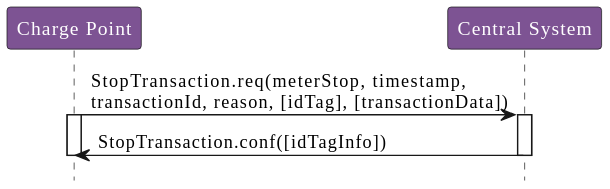
This is OCPP_1.6/images/figure_21.svg from phoi5675/ocpp-markdown, a PlantUML export, as it was before one commit. Source of this version:
```plantuml
@startuml
!include style.puml

participant "Charge Point" as ChargePoint
participant "Central System" as CentralSystem

ChargePoint -> CentralSystem : StopTransaction.req(meterStop, timestamp,\ntransactionId, reason, [idTag], [transactionData])

activate ChargePoint
activate CentralSystem

CentralSystem -> ChargePoint : StopTransaction.conf([idTagInfo])

deactivate CentralSystem
deactivate ChargePoint
@enduml
```
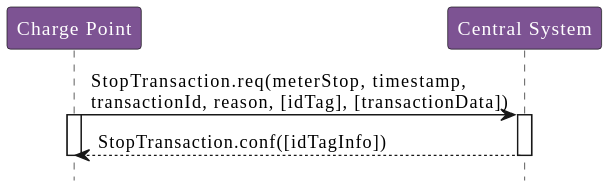
After the commit.

Change to the diagram source:
```diff
@@ -5,12 +5,10 @@
 participant "Central System" as CentralSystem
 
 ChargePoint -> CentralSystem : StopTransaction.req(meterStop, timestamp,\ntransactionId, reason, [idTag], [transactionData])
-
 activate ChargePoint
 activate CentralSystem
 
-CentralSystem -> ChargePoint : StopTransaction.conf([idTagInfo])
-
+CentralSystem --> ChargePoint : StopTransaction.conf([idTagInfo])
 deactivate CentralSystem
 deactivate ChargePoint
 @enduml
```
